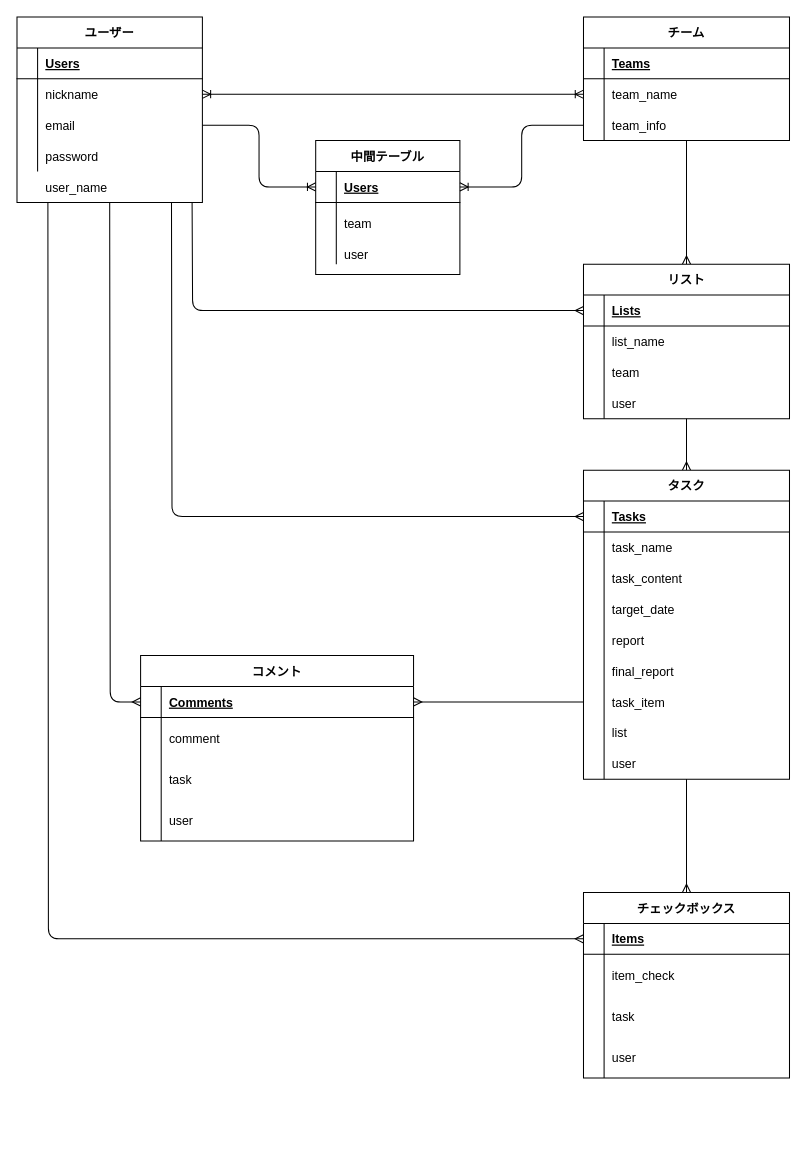
Above: db.dio in IguchiRyo622/task-Bdash (draw.io), before the change. Source tidied: cells renumbered, new cells numbered last; positions are measured from the earlier drawing's top-left corner, leaving out a move shared by most shapes. Both pictures are drawn from the tidied source at 103%, with x=0, y=0 at pixel (16, 16).
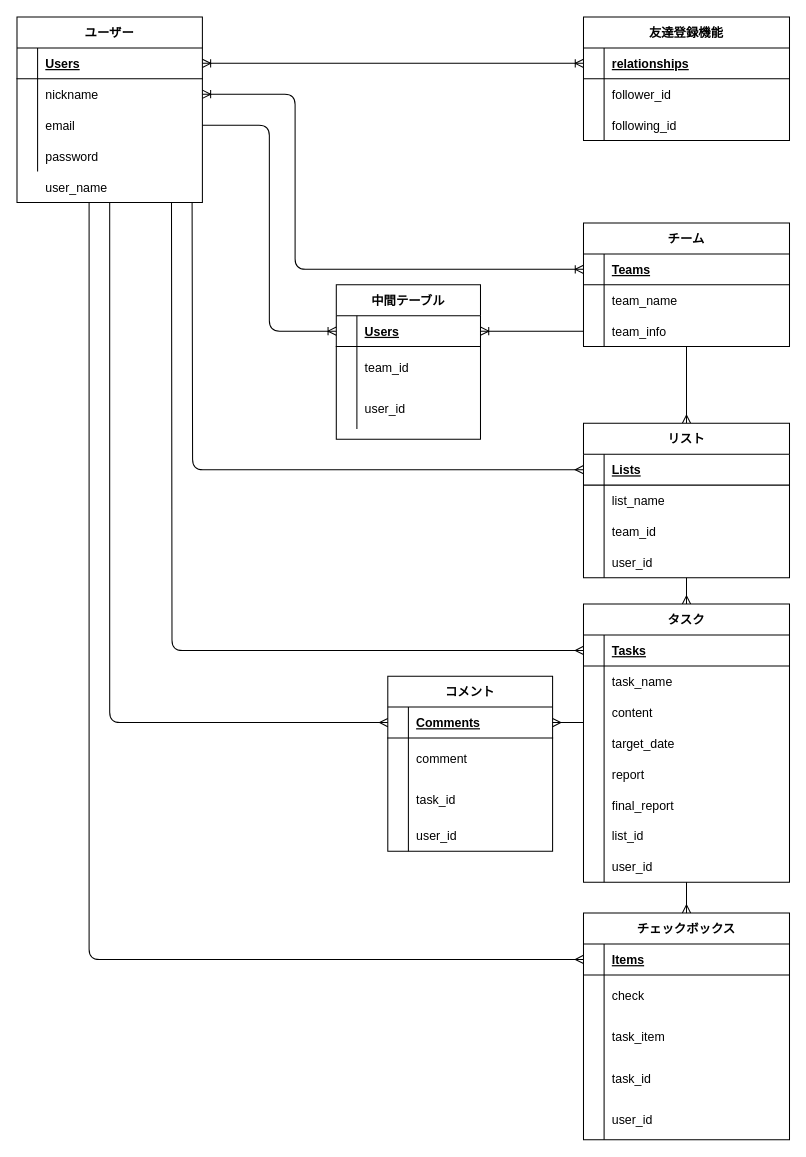
After the change.

Commit message:
READEME書き換えに伴うDB設計の変更

The change refers to these unchanged cells:
```xml
<mxCell id="3" style="shape=partialRectangle;fillColor=none;top=0;left=0;bottom=1;right=0;points=[[0,0.5],[1,0.5]];portConstraint=eastwest;" parent="2" vertex="1">
  <mxGeometry y="30" width="180" height="30" as="geometry" />
</mxCell>
<mxCell id="6" style="shape=partialRectangle;fillColor=none;top=0;left=0;bottom=0;right=0;points=[[0,0.5],[1,0.5]];portConstraint=eastwest;" parent="2" vertex="1">
  <mxGeometry y="60" width="180" height="30" as="geometry" />
</mxCell>
<mxCell id="9" style="shape=partialRectangle;fillColor=none;top=0;left=0;bottom=0;right=0;points=[[0,0.5],[1,0.5]];portConstraint=eastwest;" parent="2" vertex="1">
  <mxGeometry y="90" width="180" height="30" as="geometry" />
</mxCell>
<mxCell id="23" style="shape=partialRectangle;fillColor=none;top=0;left=0;bottom=1;right=0;points=[[0,0.5],[1,0.5]];portConstraint=eastwest;" parent="22" vertex="1">
  <mxGeometry y="30" width="140" height="30" as="geometry" />
</mxCell>
<mxCell id="26" style="shape=partialRectangle;fillColor=none;top=0;left=0;bottom=0;right=0;" parent="22" vertex="1">
  <mxGeometry y="60" width="140" height="40" as="geometry" />
</mxCell>
<mxCell id="33" style="shape=partialRectangle;fillColor=none;top=0;left=0;bottom=1;right=0;points=[[0,0.5],[1,0.5]];portConstraint=eastwest;" parent="32" vertex="1">
  <mxGeometry y="30" width="200" height="30" as="geometry" />
</mxCell>
<mxCell id="36" style="shape=partialRectangle;fillColor=none;top=0;left=0;bottom=0;right=0;points=[[0,0.5],[1,0.5]];portConstraint=eastwest;" parent="32" vertex="1">
  <mxGeometry y="60" width="200" height="30" as="geometry" />
</mxCell>
<mxCell id="49" style="shape=partialRectangle;fillColor=none;top=0;left=0;bottom=0;right=0;" parent="42" vertex="1">
  <mxGeometry y="90" width="200" height="30" as="geometry" />
</mxCell>
<mxCell id="52" style="shape=partialRectangle;fillColor=none;top=0;left=0;bottom=0;right=0;points=[[0,0.5],[1,0.5]];portConstraint=eastwest;" parent="42" vertex="1">
  <mxGeometry y="120" width="200" height="30" as="geometry" />
</mxCell>
<mxCell id="62" style="shape=partialRectangle;fillColor=none;top=0;left=0;bottom=0;right=0;points=[[0,0.5],[1,0.5]];portConstraint=eastwest;" parent="55" vertex="1">
  <mxGeometry y="90" width="200" height="30" as="geometry" />
</mxCell>
<mxCell id="84" style="shape=partialRectangle;fillColor=none;top=0;left=0;bottom=1;right=0;points=[[0,0.5],[1,0.5]];portConstraint=eastwest;" parent="83" vertex="1">
  <mxGeometry y="30" width="200" height="30" as="geometry" />
</mxCell>
<mxCell id="87" style="shape=partialRectangle;fillColor=none;top=0;left=0;bottom=0;right=0;" parent="83" vertex="1">
  <mxGeometry y="60" width="200" height="40" as="geometry" />
</mxCell>
```

What changed in the source:
```diff
@@
     <mxCell id="17" style="fontSize=12;html=1;endArrow=ERmany;entryX=0;entryY=0.5;entryDx=0;entryDy=0;endFill=0;edgeStyle=orthogonalEdgeStyle;" parent="1" edge="1" target="100">
       <mxGeometry relative="1" as="geometry">
         <mxPoint x="90" y="180" as="sourcePoint" />
+        <Array as="points">
+          <mxPoint x="90" y="685" />
+        </Array>
       </mxGeometry>
     </mxCell>
-    <mxCell id="18" style="edgeStyle=entityRelationEdgeStyle;fontSize=12;html=1;endArrow=ERoneToMany;startArrow=ERoneToMany;entryX=0;entryY=0.5;entryDx=0;entryDy=0;exitX=1;exitY=0.5;exitDx=0;exitDy=0;" parent="1" edge="1" source="6" target="36">
-      <mxGeometry relative="1" as="geometry" />
+    <mxCell id="18" style="fontSize=12;html=1;endArrow=ERoneToMany;startArrow=ERoneToMany;entryX=0;entryY=0.5;entryDx=0;entryDy=0;exitX=1;exitY=0.5;exitDx=0;exitDy=0;edgeStyle=orthogonalEdgeStyle;" parent="1" edge="1" source="6" target="33">
+      <mxGeometry relative="1" as="geometry">
+        <Array as="points">
+          <mxPoint x="270" y="75" />
+          <mxPoint x="270" y="245" />
+        </Array>
+      </mxGeometry>
     </mxCell>
     <mxCell id="19" style="fontSize=12;html=1;endArrow=none;entryX=1;entryY=0.5;entryDx=0;entryDy=0;exitX=0;exitY=0.5;exitDx=0;exitDy=0;edgeStyle=orthogonalEdgeStyle;endFill=0;startArrow=ERoneToMany;startFill=0;" parent="1" edge="1" source="23" target="9">
-      <mxGeometry relative="1" as="geometry" />
+      <mxGeometry relative="1" as="geometry">
+        <Array as="points">
+          <mxPoint x="245" y="305" />
+          <mxPoint x="245" y="105" />
+        </Array>
+      </mxGeometry>
     </mxCell>
@@
     <mxCell id="22" value="中間テーブル" style="shape=table;startSize=30;childLayout=tableLayout;rowLines=0;fontStyle=1;align=center;" parent="1" vertex="1">
-      <mxGeometry x="290" y="120" width="140" height="130" as="geometry" />
+      <mxGeometry x="310" y="260" width="140" height="150" as="geometry" />
     </mxCell>
@@
-    <mxCell id="28" value="team" style="shape=partialRectangle;fillColor=none;top=0;left=0;bottom=0;right=0;align=left;spacingLeft=6;overflow=hidden;" parent="26" vertex="1">
+    <mxCell id="28" value="team_id" style="shape=partialRectangle;fillColor=none;top=0;left=0;bottom=0;right=0;align=left;spacingLeft=6;overflow=hidden;" parent="26" vertex="1">
       <mxGeometry x="20" width="120" height="40" as="geometry" />
     </mxCell>
-    <mxCell id="29" style="shape=partialRectangle;fillColor=none;top=0;left=0;bottom=0;right=0;" parent="22" vertex="1">
-      <mxGeometry y="100" width="140" height="20" as="geometry" />
-    </mxCell>
-    <mxCell id="30" style="shape=partialRectangle;fillColor=none;top=0;left=0;bottom=0;right=0;overflow=hidden;" parent="29" vertex="1">
-      <mxGeometry width="20" height="20" as="geometry" />
-    </mxCell>
-    <mxCell id="31" value="user" style="shape=partialRectangle;fillColor=none;top=0;left=0;bottom=0;right=0;align=left;spacingLeft=6;overflow=hidden;" parent="29" vertex="1">
-      <mxGeometry x="20" width="120" height="20" as="geometry" />
-    </mxCell>
+    <mxCell id="114" style="shape=partialRectangle;fillColor=none;top=0;left=0;bottom=0;right=0;" parent="22" vertex="1">
+      <mxGeometry y="100" width="140" height="40" as="geometry" />
+    </mxCell>
+    <mxCell id="115" style="shape=partialRectangle;fillColor=none;top=0;left=0;bottom=0;right=0;overflow=hidden;" parent="114" vertex="1">
+      <mxGeometry width="20" height="40" as="geometry" />
+    </mxCell>
+    <mxCell id="116" value="user_id" style="shape=partialRectangle;fillColor=none;top=0;left=0;bottom=0;right=0;align=left;spacingLeft=6;overflow=hidden;" parent="114" vertex="1">
+      <mxGeometry x="20" width="120" height="40" as="geometry" />
+    </mxCell>
     <mxCell id="32" value="チーム" style="shape=table;startSize=30;childLayout=tableLayout;rowLines=0;fontStyle=1;align=center;shadow=0;" parent="1" vertex="1">
-      <mxGeometry x="550" width="200" height="120" as="geometry" />
+      <mxGeometry x="550" y="200" width="200" height="120" as="geometry" />
     </mxCell>
@@
     <mxCell id="42" value="リスト" style="shape=table;startSize=30;childLayout=tableLayout;rowLines=0;fontStyle=1;align=center;" parent="1" vertex="1">
-      <mxGeometry x="550" y="240" width="200" height="150" as="geometry" />
+      <mxGeometry x="550" y="394.5" width="200" height="150" as="geometry" />
     </mxCell>
@@
-    <mxCell id="51" value="team" style="shape=partialRectangle;fillColor=none;top=0;left=0;bottom=0;right=0;align=left;spacingLeft=6;overflow=hidden;" parent="49" vertex="1">
+    <mxCell id="51" value="team_id" style="shape=partialRectangle;fillColor=none;top=0;left=0;bottom=0;right=0;align=left;spacingLeft=6;overflow=hidden;" parent="49" vertex="1">
       <mxGeometry x="20" width="180" height="30" as="geometry" />
     </mxCell>
@@
-    <mxCell id="54" value="user" style="shape=partialRectangle;fillColor=none;top=0;left=0;bottom=0;right=0;align=left;spacingLeft=6;overflow=hidden;" parent="52" vertex="1">
+    <mxCell id="54" value="user_id" style="shape=partialRectangle;fillColor=none;top=0;left=0;bottom=0;right=0;align=left;spacingLeft=6;overflow=hidden;" parent="52" vertex="1">
       <mxGeometry x="20" width="180" height="30" as="geometry" />
     </mxCell>
     <mxCell id="55" value="タスク" style="shape=table;startSize=30;childLayout=tableLayout;rowLines=0;fontStyle=1;align=center;" parent="1" vertex="1">
-      <mxGeometry x="550" y="440" width="200" height="300" as="geometry" />
+      <mxGeometry x="550" y="570" width="200" height="270" as="geometry" />
     </mxCell>
@@
-    <mxCell id="64" value="task_content" style="shape=partialRectangle;fillColor=none;top=0;left=0;bottom=0;right=0;align=left;spacingLeft=6;overflow=hidden;" parent="62" vertex="1">
+    <mxCell id="64" value="content" style="shape=partialRectangle;fillColor=none;top=0;left=0;bottom=0;right=0;align=left;spacingLeft=6;overflow=hidden;" parent="62" vertex="1">
       <mxGeometry x="20" width="180" height="30" as="geometry" />
     </mxCell>
@@
-    <mxCell id="74" style="shape=partialRectangle;fillColor=none;top=0;left=0;bottom=0;right=0;points=[[0,0.5],[1,0.5]];portConstraint=eastwest;" parent="55" vertex="1">
-      <mxGeometry y="210" width="200" height="30" as="geometry" />
-    </mxCell>
-    <mxCell id="75" style="shape=partialRectangle;fillColor=none;top=0;left=0;bottom=0;right=0;overflow=hidden;" parent="74" vertex="1">
-      <mxGeometry width="20" height="30" as="geometry" />
-    </mxCell>
-    <mxCell id="76" value="task_item" style="shape=partialRectangle;fillColor=none;top=0;left=0;bottom=0;right=0;align=left;spacingLeft=6;overflow=hidden;" parent="74" vertex="1">
-      <mxGeometry x="20" width="180" height="30" as="geometry" />
-    </mxCell>
     <mxCell id="77" style="shape=partialRectangle;fillColor=none;top=0;left=0;bottom=0;right=0;" parent="55" vertex="1">
-      <mxGeometry y="240" width="200" height="30" as="geometry" />
+      <mxGeometry y="210" width="200" height="30" as="geometry" />
     </mxCell>
@@
-    <mxCell id="79" value="list" style="shape=partialRectangle;fillColor=none;top=0;left=0;bottom=0;right=0;align=left;spacingLeft=6;overflow=hidden;" parent="77" vertex="1">
+    <mxCell id="79" value="list_id" style="shape=partialRectangle;fillColor=none;top=0;left=0;bottom=0;right=0;align=left;spacingLeft=6;overflow=hidden;" parent="77" vertex="1">
       <mxGeometry x="20" width="180" height="30" as="geometry" />
     </mxCell>
     <mxCell id="80" style="shape=partialRectangle;fillColor=none;top=0;left=0;bottom=0;right=0;points=[[0,0.5],[1,0.5]];portConstraint=eastwest;" parent="55" vertex="1">
-      <mxGeometry y="270" width="200" height="30" as="geometry" />
+      <mxGeometry y="240" width="200" height="30" as="geometry" />
     </mxCell>
@@
-    <mxCell id="82" value="user" style="shape=partialRectangle;fillColor=none;top=0;left=0;bottom=0;right=0;align=left;spacingLeft=6;overflow=hidden;" parent="80" vertex="1">
+    <mxCell id="82" value="user_id" style="shape=partialRectangle;fillColor=none;top=0;left=0;bottom=0;right=0;align=left;spacingLeft=6;overflow=hidden;" parent="80" vertex="1">
       <mxGeometry x="20" width="180" height="30" as="geometry" />
     </mxCell>
     <mxCell id="83" value="チェックボックス" style="shape=table;startSize=30;childLayout=tableLayout;rowLines=0;fontStyle=1;align=center;" parent="1" vertex="1">
-      <mxGeometry x="550" y="850" width="200" height="180" as="geometry" />
+      <mxGeometry x="550" y="870" width="200" height="220" as="geometry" />
     </mxCell>
@@
-    <mxCell id="89" value="item_check" style="shape=partialRectangle;fillColor=none;top=0;left=0;bottom=0;right=0;align=left;spacingLeft=6;overflow=hidden;" parent="87" vertex="1">
+    <mxCell id="89" value="check" style="shape=partialRectangle;fillColor=none;top=0;left=0;bottom=0;right=0;align=left;spacingLeft=6;overflow=hidden;" parent="87" vertex="1">
       <mxGeometry x="20" width="180" height="40" as="geometry" />
     </mxCell>
+    <mxCell id="117" style="shape=partialRectangle;fillColor=none;top=0;left=0;bottom=0;right=0;" parent="83" vertex="1">
+      <mxGeometry y="100" width="200" height="40" as="geometry" />
+    </mxCell>
+    <mxCell id="118" style="shape=partialRectangle;fillColor=none;top=0;left=0;bottom=0;right=0;overflow=hidden;" parent="117" vertex="1">
+      <mxGeometry width="20" height="40" as="geometry" />
+    </mxCell>
+    <mxCell id="76" value="task_item" style="shape=partialRectangle;fillColor=none;top=0;left=0;bottom=0;right=0;align=left;spacingLeft=6;overflow=hidden;" parent="117" vertex="1">
+      <mxGeometry x="20" width="180" height="40" as="geometry" />
+    </mxCell>
     <mxCell id="90" style="shape=partialRectangle;fillColor=none;top=0;left=0;bottom=0;right=0;" parent="83" vertex="1">
-      <mxGeometry y="100" width="200" height="40" as="geometry" />
+      <mxGeometry y="140" width="200" height="40" as="geometry" />
     </mxCell>
@@
-    <mxCell id="92" value="task" style="shape=partialRectangle;fillColor=none;top=0;left=0;bottom=0;right=0;align=left;spacingLeft=6;overflow=hidden;" parent="90" vertex="1">
+    <mxCell id="92" value="task_id" style="shape=partialRectangle;fillColor=none;top=0;left=0;bottom=0;right=0;align=left;spacingLeft=6;overflow=hidden;" parent="90" vertex="1">
       <mxGeometry x="20" width="180" height="40" as="geometry" />
     </mxCell>
     <mxCell id="93" style="shape=partialRectangle;fillColor=none;top=0;left=0;bottom=0;right=0;" parent="83" vertex="1">
-      <mxGeometry y="140" width="200" height="40" as="geometry" />
+      <mxGeometry y="180" width="200" height="40" as="geometry" />
     </mxCell>
@@
-    <mxCell id="95" value="user" style="shape=partialRectangle;fillColor=none;top=0;left=0;bottom=0;right=0;align=left;spacingLeft=6;overflow=hidden;" parent="93" vertex="1">
+    <mxCell id="95" value="user_id" style="shape=partialRectangle;fillColor=none;top=0;left=0;bottom=0;right=0;align=left;spacingLeft=6;overflow=hidden;" parent="93" vertex="1">
       <mxGeometry x="20" width="180" height="40" as="geometry" />
     </mxCell>
     <mxCell id="96" style="fontSize=12;html=1;endArrow=ERmany;entryX=0;entryY=0.5;entryDx=0;entryDy=0;endFill=0;edgeStyle=orthogonalEdgeStyle;" parent="1" edge="1" target="84">
       <mxGeometry relative="1" as="geometry">
-        <mxPoint x="30" y="180" as="sourcePoint" />
+        <mxPoint x="70" y="180" as="sourcePoint" />
+        <Array as="points">
+          <mxPoint x="70" y="915" />
+        </Array>
       </mxGeometry>
     </mxCell>
@@
-    <mxCell id="98" style="fontSize=12;html=1;endArrow=ERmany;entryX=1;entryY=0.5;entryDx=0;entryDy=0;endFill=0;exitX=0;exitY=0.5;exitDx=0;exitDy=0;" parent="1" edge="1" source="74" target="100">
+    <mxCell id="98" style="fontSize=12;html=1;endArrow=ERmany;entryX=1;entryY=0.5;entryDx=0;entryDy=0;endFill=0;exitX=0;exitY=0.833;exitDx=0;exitDy=0;exitPerimeter=0;" parent="1" edge="1" source="62" target="100">
       <mxGeometry relative="1" as="geometry" />
     </mxCell>
     <mxCell id="99" value="コメント" style="shape=table;startSize=30;childLayout=tableLayout;rowLines=0;fontStyle=1;align=center;" parent="1" vertex="1">
-      <mxGeometry x="120" y="620" width="265" height="180" as="geometry" />
+      <mxGeometry x="360" y="640" width="160" height="170" as="geometry" />
     </mxCell>
     <mxCell id="100" style="shape=partialRectangle;fillColor=none;top=0;left=0;bottom=1;right=0;points=[[0,0.5],[1,0.5]];portConstraint=eastwest;" parent="99" vertex="1">
-      <mxGeometry y="30" width="265" height="30" as="geometry" />
+      <mxGeometry y="30" width="160" height="30" as="geometry" />
     </mxCell>
@@
     <mxCell id="102" value="Comments" style="shape=partialRectangle;fillColor=none;top=0;left=0;bottom=0;right=0;align=left;spacingLeft=6;fontStyle=5;overflow=hidden;" parent="100" vertex="1">
-      <mxGeometry x="20" width="245" height="30" as="geometry" />
+      <mxGeometry x="20" width="140" height="30" as="geometry" />
     </mxCell>
     <mxCell id="103" style="shape=partialRectangle;fillColor=none;top=0;left=0;bottom=0;right=0;" parent="99" vertex="1">
-      <mxGeometry y="60" width="265" height="40" as="geometry" />
+      <mxGeometry y="60" width="160" height="40" as="geometry" />
     </mxCell>
@@
     <mxCell id="105" value="comment" style="shape=partialRectangle;fillColor=none;top=0;left=0;bottom=0;right=0;align=left;spacingLeft=6;overflow=hidden;" parent="103" vertex="1">
-      <mxGeometry x="20" width="245" height="40" as="geometry" />
+      <mxGeometry x="20" width="140" height="40" as="geometry" />
     </mxCell>
     <mxCell id="106" style="shape=partialRectangle;fillColor=none;top=0;left=0;bottom=0;right=0;" parent="99" vertex="1">
-      <mxGeometry y="100" width="265" height="40" as="geometry" />
+      <mxGeometry y="100" width="160" height="40" as="geometry" />
     </mxCell>
@@
-    <mxCell id="108" value="task" style="shape=partialRectangle;fillColor=none;top=0;left=0;bottom=0;right=0;align=left;spacingLeft=6;overflow=hidden;" parent="106" vertex="1">
-      <mxGeometry x="20" width="245" height="40" as="geometry" />
+    <mxCell id="108" value="task_id" style="shape=partialRectangle;fillColor=none;top=0;left=0;bottom=0;right=0;align=left;spacingLeft=6;overflow=hidden;" parent="106" vertex="1">
+      <mxGeometry x="20" width="140" height="40" as="geometry" />
     </mxCell>
     <mxCell id="109" style="shape=partialRectangle;fillColor=none;top=0;left=0;bottom=0;right=0;" parent="99" vertex="1">
-      <mxGeometry y="140" width="265" height="40" as="geometry" />
+      <mxGeometry y="140" width="160" height="30" as="geometry" />
     </mxCell>
     <mxCell id="110" style="shape=partialRectangle;fillColor=none;top=0;left=0;bottom=0;right=0;overflow=hidden;" parent="109" vertex="1">
-      <mxGeometry width="20" height="40" as="geometry" />
+      <mxGeometry width="20" height="30" as="geometry" />
     </mxCell>
-    <mxCell id="111" value="user" style="shape=partialRectangle;fillColor=none;top=0;left=0;bottom=0;right=0;align=left;spacingLeft=6;overflow=hidden;" parent="109" vertex="1">
-      <mxGeometry x="20" width="245" height="40" as="geometry" />
+    <mxCell id="111" value="user_id" style="shape=partialRectangle;fillColor=none;top=0;left=0;bottom=0;right=0;align=left;spacingLeft=6;overflow=hidden;" parent="109" vertex="1">
+      <mxGeometry x="20" width="140" height="30" as="geometry" />
     </mxCell>
@@
+    <mxCell id="119" value="友達登録機能" style="shape=table;startSize=30;childLayout=tableLayout;rowLines=0;fontStyle=1;align=center;shadow=0;" parent="1" vertex="1">
+      <mxGeometry x="550" width="200" height="120" as="geometry" />
+    </mxCell>
+    <mxCell id="120" style="shape=partialRectangle;fillColor=none;top=0;left=0;bottom=1;right=0;points=[[0,0.5],[1,0.5]];portConstraint=eastwest;" parent="119" vertex="1">
+      <mxGeometry y="30" width="200" height="30" as="geometry" />
+    </mxCell>
+    <mxCell id="121" style="shape=partialRectangle;fillColor=none;top=0;left=0;bottom=0;right=0;fontStyle=1;overflow=hidden;" parent="120" vertex="1">
+      <mxGeometry width="20" height="30" as="geometry" />
+    </mxCell>
+    <mxCell id="122" value="relationships" style="shape=partialRectangle;fillColor=none;top=0;left=0;bottom=0;right=0;align=left;spacingLeft=6;fontStyle=5;overflow=hidden;" parent="120" vertex="1">
+      <mxGeometry x="20" width="180" height="30" as="geometry" />
+    </mxCell>
+    <mxCell id="123" style="shape=partialRectangle;fillColor=none;top=0;left=0;bottom=0;right=0;" parent="119" vertex="1">
+      <mxGeometry y="60" width="200" height="30" as="geometry" />
+    </mxCell>
+    <mxCell id="124" style="shape=partialRectangle;fillColor=none;top=0;left=0;bottom=0;right=0;overflow=hidden;" parent="123" vertex="1">
+      <mxGeometry width="20" height="30" as="geometry" />
+    </mxCell>
+    <mxCell id="125" value="follower_id" style="shape=partialRectangle;fillColor=none;top=0;left=0;bottom=0;right=0;align=left;spacingLeft=6;overflow=hidden;" parent="123" vertex="1">
+      <mxGeometry x="20" width="180" height="30" as="geometry" />
+    </mxCell>
+    <mxCell id="126" style="shape=partialRectangle;fillColor=none;top=0;left=0;bottom=0;right=0;" parent="119" vertex="1">
+      <mxGeometry y="90" width="200" height="30" as="geometry" />
+    </mxCell>
+    <mxCell id="127" style="shape=partialRectangle;fillColor=none;top=0;left=0;bottom=0;right=0;overflow=hidden;" parent="126" vertex="1">
+      <mxGeometry width="20" height="30" as="geometry" />
+    </mxCell>
+    <mxCell id="128" value="following_id" style="shape=partialRectangle;fillColor=none;top=0;left=0;bottom=0;right=0;align=left;spacingLeft=6;overflow=hidden;" parent="126" vertex="1">
+      <mxGeometry x="20" width="180" height="30" as="geometry" />
+    </mxCell>
+    <mxCell id="129" style="edgeStyle=orthogonalEdgeStyle;rounded=0;jettySize=auto;html=1;entryX=0;entryY=0.5;entryDx=0;entryDy=0;startArrow=ERoneToMany;startFill=0;endArrow=ERoneToMany;endFill=0;" parent="1" edge="1" source="3" target="120">
+      <mxGeometry relative="1" as="geometry" />
+    </mxCell>
```
